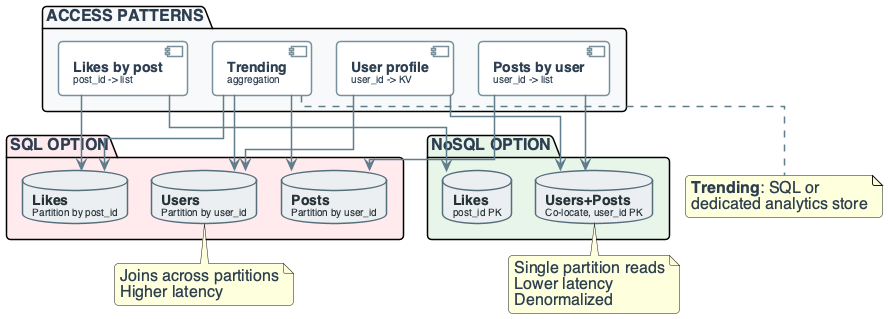
The PlantUML diagram diagrams/week02/week2_practice_slide18_architecture.png in OrPerets/data-engineering-course, before a commit. Its diagram source:
```plantuml
@startuml

top to bottom direction
skinparam linetype ortho
skinparam shadowing false
skinparam roundcorner 8
skinparam handwritten false
skinparam nodesep 24
skinparam ranksep 28

skinparam defaultFontName "Segoe UI, Helvetica, sans-serif"
skinparam defaultFontSize 16
skinparam defaultFontColor #2C3E50

skinparam rectangle {
    BackgroundColor #F8F9FA
    BorderColor #90A4AE
    BorderThickness 2
    FontColor #263238
    FontSize 14
    FontStyle bold
    Padding 20
}

skinparam component {
    BackgroundColor #FFFFFF
    BorderColor #78909C
    BorderThickness 1.5
    FontSize 14
    Padding 12
}

skinparam database {
    BackgroundColor #ECEFF1
    BorderColor #546E7A
    BorderThickness 1.5
    FontSize 14
    FontColor #263238
}

skinparam arrow {
    Color #607D8B
    Thickness 1.5
    FontSize 11
    FontColor #546E7A
}

skinparam component<<UI>> {
    BorderColor #8E24AA
    BackgroundColor #F3E5F5
    FontColor #4A148C
}

skinparam component<<Agent>> {
    BorderColor #0288D1
    BackgroundColor #E1F5FE
    FontColor #01579B
}

skinparam component<<Tool>> {
    BorderColor #2E7D32
    BackgroundColor #E8F5E9
    FontColor #1B5E20
}

skinparam component<<Config>> {
    BorderColor #F57C00
    BackgroundColor #FFF3E0
    FontColor #E65100
}

skinparam component<<Bad>> {
    BorderColor #C62828
    BackgroundColor #FFEBEE
    FontColor #B71C1C
}

skinparam component<<V1>> {
    BorderColor #F57C00
    BackgroundColor #FFF3E0
    FontColor #E65100
}

skinparam component<<V2>> {
    BorderColor #2E7D32
    BackgroundColor #E8F5E9
    FontColor #1B5E20
}

skinparam component<<up>> {
    BackgroundColor #E8F5E9
    BorderColor #2E7D32
}

skinparam component<<down>> {
    BackgroundColor #FFEBEE
    BorderColor #C62828
}

skinparam database<<up>> {
    BackgroundColor #E8F5E9
    BorderColor #2E7D32
}

skinparam database<<down>> {
    BackgroundColor #FFEBEE
    BorderColor #C62828
}

skinparam component<<success>> {
    BackgroundColor #E8F5E9
    BorderColor #2E7D32
}

skinparam component<<failure>> {
    BackgroundColor #FFEBEE
    BorderColor #C62828
}


package "ACCESS PATTERNS" #F8F9FA {
    component "**User profile**\n<size:10>user_id -> KV</size>" as AP1
    component "**Posts by user**\n<size:10>user_id -> list</size>" as AP2
    component "**Likes by post**\n<size:10>post_id -> list</size>" as AP3
    component "**Trending**\n<size:10>aggregation</size>" as AP4
}

package "SQL OPTION" #FFEBEE {
    database "**Users**\n<size:10>Partition by user_id</size>" as USQL
    database "**Posts**\n<size:10>Partition by user_id</size>" as PSQL
    database "**Likes**\n<size:10>Partition by post_id</size>" as LSQL
}

package "NoSQL OPTION" #E8F5E9 {
    database "**Users+Posts**\n<size:10>Co-locate, user_id PK</size>" as UNOSQL
    database "**Likes**\n<size:10>post_id PK</size>" as LNOSQL
}

AP1 --> USQL
AP1 --> UNOSQL
AP2 --> PSQL
AP2 --> UNOSQL
AP3 --> LSQL
AP3 --> LNOSQL
AP4 --> USQL
AP4 --> PSQL
AP4 --> LSQL

note bottom of USQL
  Joins across partitions
  Higher latency
end note

note bottom of UNOSQL
  Single partition reads
  Lower latency
  Denormalized
end note

note bottom of AP4
  **Trending**: SQL or
  dedicated analytics store
end note

@enduml
```
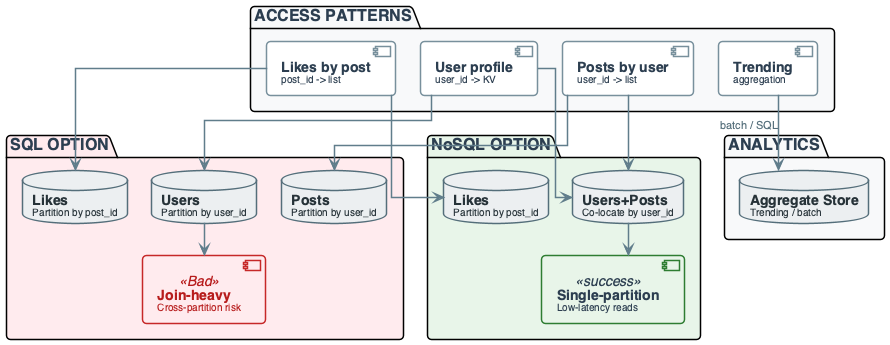
The same file after the commit.

Change to the diagram source:
```diff
@@ -129,11 +129,17 @@
     database "**Users**\n<size:10>Partition by user_id</size>" as USQL
     database "**Posts**\n<size:10>Partition by user_id</size>" as PSQL
     database "**Likes**\n<size:10>Partition by post_id</size>" as LSQL
+    component "**Join-heavy**\n<size:10>Cross-partition risk</size>" as SQLJOIN <<Bad>>
 }
 
 package "NoSQL OPTION" #E8F5E9 {
-    database "**Users+Posts**\n<size:10>Co-locate, user_id PK</size>" as UNOSQL
-    database "**Likes**\n<size:10>post_id PK</size>" as LNOSQL
+    database "**Users+Posts**\n<size:10>Co-locate by user_id</size>" as UNOSQL
+    database "**Likes**\n<size:10>Partition by post_id</size>" as LNOSQL
+    component "**Single-partition**\n<size:10>Low-latency reads</size>" as NOSQLFAST <<success>>
+}
+
+package "ANALYTICS" #F8F9FA {
+    database "**Aggregate Store**\n<size:10>Trending / batch</size>" as AGG
 }
 
 AP1 --> USQL
@@ -142,24 +148,8 @@
 AP2 --> UNOSQL
 AP3 --> LSQL
 AP3 --> LNOSQL
-AP4 --> USQL
-AP4 --> PSQL
-AP4 --> LSQL
-
-note bottom of USQL
-  Joins across partitions
-  Higher latency
-end note
-
-note bottom of UNOSQL
-  Single partition reads
-  Lower latency
-  Denormalized
-end note
-
-note bottom of AP4
-  **Trending**: SQL or
-  dedicated analytics store
-end note
+AP4 --> AGG : "batch / SQL"
+USQL --> SQLJOIN
+UNOSQL --> NOSQLFAST
 
 @enduml
```
